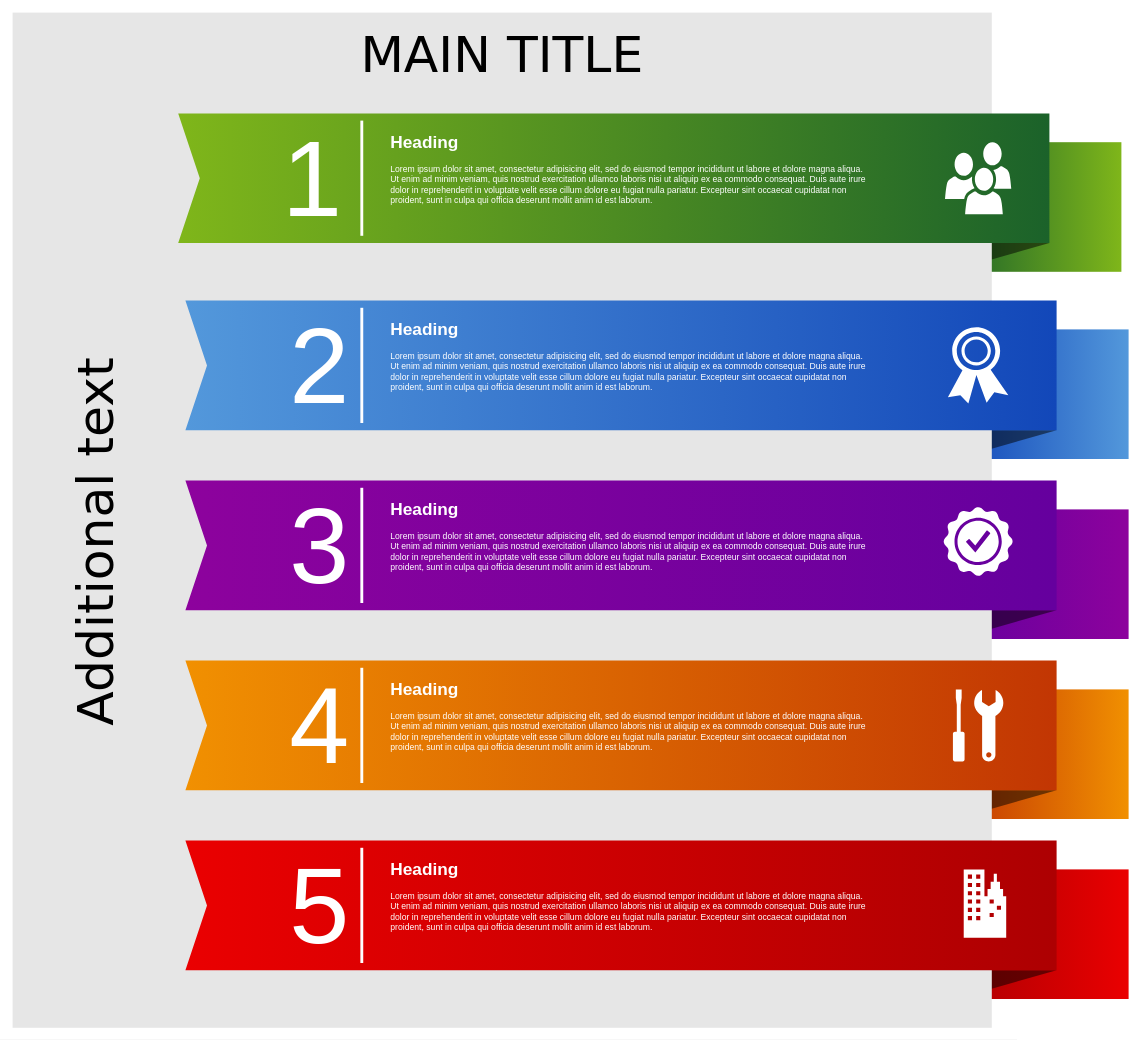
This is 数据应用层级划分.drawio from hesiwei/diagrams, a draw.io file, before an edit. Source tidied: cells renumbered, new cells numbered last; positions are measured from the earlier drawing's top-left corner, leaving out a move shared by most shapes. Both pictures are drawn from the tidied source at 72%, with x=0, y=0 at pixel (12, 12).
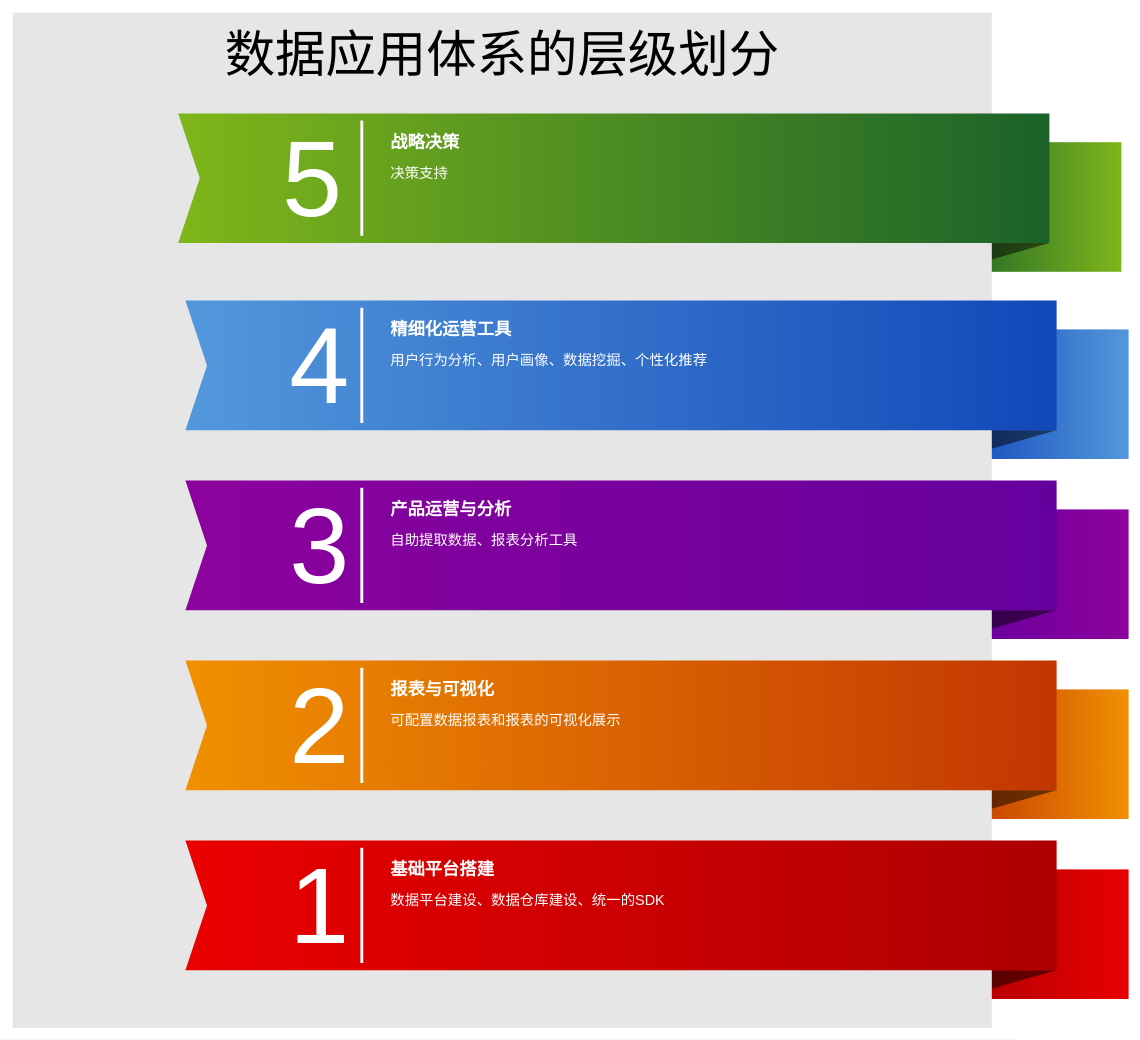
Above is the later version.

Commit message:
数据应用层级划分.drawio

Diff of the diagram source:
```diff
@@
-    <mxCell id="12" value="MAIN TITLE" style="whiteSpace=wrap;html=1;rounded=0;shadow=0;dashed=0;strokeWidth=1;fillColor=#E6E6E6;fontFamily=Verdana;fontSize=70;strokeColor=none;verticalAlign=top;spacingTop=10;" parent="1" vertex="1">
+    <mxCell id="12" value="数据应用体系的层级划分" style="whiteSpace=wrap;html=1;rounded=0;shadow=0;dashed=0;strokeWidth=1;fillColor=#E6E6E6;fontFamily=Verdana;fontSize=70;strokeColor=none;verticalAlign=top;spacingTop=10;" parent="1" vertex="1">
       <mxGeometry width="1360" height="1410" as="geometry" />
     </mxCell>
@@
-    <mxCell id="18" value="Additional text" style="text;html=1;strokeColor=none;fillColor=none;align=center;verticalAlign=middle;whiteSpace=wrap;rounded=0;shadow=0;dashed=0;fontFamily=Verdana;fontSize=70;horizontal=0;" parent="1" vertex="1">
-      <mxGeometry x="50" y="140" width="130" height="1190" as="geometry" />
-    </mxCell>
-    <mxCell id="19" value="1" style="text;html=1;strokeColor=none;fillColor=none;align=right;verticalAlign=middle;whiteSpace=wrap;rounded=0;shadow=0;dashed=0;fontFamily=Helvetica;fontSize=150;fontColor=#FFFFFF;" parent="1" vertex="1">
+    <mxCell id="19" value="5" style="text;html=1;strokeColor=none;fillColor=none;align=right;verticalAlign=middle;whiteSpace=wrap;rounded=0;shadow=0;dashed=0;fontFamily=Helvetica;fontSize=150;fontColor=#FFFFFF;" parent="1" vertex="1">
       <mxGeometry x="260" y="140" width="200" height="180" as="geometry" />
     </mxCell>
-    <mxCell id="20" value="2" style="text;html=1;strokeColor=none;fillColor=none;align=right;verticalAlign=middle;whiteSpace=wrap;rounded=0;shadow=0;dashed=0;fontFamily=Helvetica;fontSize=150;fontColor=#FFFFFF;" parent="1" vertex="1">
+    <mxCell id="20" value="4" style="text;html=1;strokeColor=none;fillColor=none;align=right;verticalAlign=middle;whiteSpace=wrap;rounded=0;shadow=0;dashed=0;fontFamily=Helvetica;fontSize=150;fontColor=#FFFFFF;" parent="1" vertex="1">
       <mxGeometry x="270" y="400" width="200" height="180" as="geometry" />
     </mxCell>
@@
-    <mxCell id="22" value="4" style="text;html=1;strokeColor=none;fillColor=none;align=right;verticalAlign=middle;whiteSpace=wrap;rounded=0;shadow=0;dashed=0;fontFamily=Helvetica;fontSize=150;fontColor=#FFFFFF;" parent="1" vertex="1">
+    <mxCell id="22" value="2" style="text;html=1;strokeColor=none;fillColor=none;align=right;verticalAlign=middle;whiteSpace=wrap;rounded=0;shadow=0;dashed=0;fontFamily=Helvetica;fontSize=150;fontColor=#FFFFFF;" parent="1" vertex="1">
       <mxGeometry x="270" y="900" width="200" height="180" as="geometry" />
     </mxCell>
-    <mxCell id="23" value="5" style="text;html=1;strokeColor=none;fillColor=none;align=right;verticalAlign=middle;whiteSpace=wrap;rounded=0;shadow=0;dashed=0;fontFamily=Helvetica;fontSize=150;fontColor=#FFFFFF;" parent="1" vertex="1">
+    <mxCell id="23" value="1" style="text;html=1;strokeColor=none;fillColor=none;align=right;verticalAlign=middle;whiteSpace=wrap;rounded=0;shadow=0;dashed=0;fontFamily=Helvetica;fontSize=150;fontColor=#FFFFFF;" parent="1" vertex="1">
       <mxGeometry x="270" y="1150" width="200" height="180" as="geometry" />
     </mxCell>
@@
-    <mxCell id="29" value="&lt;h1&gt;Heading&lt;/h1&gt;&lt;p&gt;L&lt;span&gt;orem ipsum dolor sit amet, consectetur adipisicing elit, sed do eiusmod tempor incididunt ut labore et dolore magna aliqua. Ut enim ad minim veniam, quis nostrud exercitation ullamco laboris nisi ut aliquip ex ea commodo consequat. Duis aute irure dolor in reprehenderit in voluptate velit esse cillum dolore eu fugiat nulla pariatur. Excepteur sint occaecat cupidatat non proident, sunt in culpa qui officia deserunt mollit anim id est laborum.&lt;/span&gt;&lt;/p&gt;" style="text;html=1;strokeColor=none;fillColor=none;spacing=5;spacingTop=-20;whiteSpace=wrap;overflow=hidden;rounded=0;shadow=0;dashed=0;fontFamily=Helvetica;fontSize=12;fontColor=#FFFFFF;align=left;" parent="1" vertex="1">
+    <mxCell id="29" value="&lt;h1&gt;战略决策&lt;/h1&gt;&lt;p&gt;&lt;font style=&quot;font-size: 20px&quot;&gt;决策支持&lt;/font&gt;&lt;/p&gt;" style="text;html=1;strokeColor=none;fillColor=none;spacing=5;spacingTop=-20;whiteSpace=wrap;overflow=hidden;rounded=0;shadow=0;dashed=0;fontFamily=Helvetica;fontSize=12;fontColor=#FFFFFF;align=left;" parent="1" vertex="1">
       <mxGeometry x="520" y="160" width="670" height="140" as="geometry" />
     </mxCell>
-    <mxCell id="30" value="&lt;h1&gt;Heading&lt;/h1&gt;&lt;p&gt;L&lt;span&gt;orem ipsum dolor sit amet, consectetur adipisicing elit, sed do eiusmod tempor incididunt ut labore et dolore magna aliqua. Ut enim ad minim veniam, quis nostrud exercitation ullamco laboris nisi ut aliquip ex ea commodo consequat. Duis aute irure dolor in reprehenderit in voluptate velit esse cillum dolore eu fugiat nulla pariatur. Excepteur sint occaecat cupidatat non proident, sunt in culpa qui officia deserunt mollit anim id est laborum.&lt;/span&gt;&lt;/p&gt;" style="text;html=1;strokeColor=none;fillColor=none;spacing=5;spacingTop=-20;whiteSpace=wrap;overflow=hidden;rounded=0;shadow=0;dashed=0;fontFamily=Helvetica;fontSize=12;fontColor=#FFFFFF;align=left;" parent="1" vertex="1">
+    <mxCell id="30" value="&lt;h1&gt;精细化运营工具&lt;/h1&gt;&lt;p&gt;&lt;font style=&quot;font-size: 20px&quot;&gt;用户行为分析、用户画像、数据挖掘、个性化推荐&lt;/font&gt;&lt;/p&gt;" style="text;html=1;strokeColor=none;fillColor=none;spacing=5;spacingTop=-20;whiteSpace=wrap;overflow=hidden;rounded=0;shadow=0;dashed=0;fontFamily=Helvetica;fontSize=12;fontColor=#FFFFFF;align=left;" parent="1" vertex="1">
       <mxGeometry x="520" y="420" width="670" height="140" as="geometry" />
     </mxCell>
-    <mxCell id="31" value="&lt;h1&gt;Heading&lt;/h1&gt;&lt;p&gt;L&lt;span&gt;orem ipsum dolor sit amet, consectetur adipisicing elit, sed do eiusmod tempor incididunt ut labore et dolore magna aliqua. Ut enim ad minim veniam, quis nostrud exercitation ullamco laboris nisi ut aliquip ex ea commodo consequat. Duis aute irure dolor in reprehenderit in voluptate velit esse cillum dolore eu fugiat nulla pariatur. Excepteur sint occaecat cupidatat non proident, sunt in culpa qui officia deserunt mollit anim id est laborum.&lt;/span&gt;&lt;/p&gt;" style="text;html=1;strokeColor=none;fillColor=none;spacing=5;spacingTop=-20;whiteSpace=wrap;overflow=hidden;rounded=0;shadow=0;dashed=0;fontFamily=Helvetica;fontSize=12;fontColor=#FFFFFF;align=left;" parent="1" vertex="1">
+    <mxCell id="31" value="&lt;h1&gt;产品运营与分析&lt;/h1&gt;&lt;p&gt;&lt;font style=&quot;font-size: 20px&quot;&gt;自助提取数据、报表分析工具&lt;/font&gt;&lt;/p&gt;" style="text;html=1;strokeColor=none;fillColor=none;spacing=5;spacingTop=-20;whiteSpace=wrap;overflow=hidden;rounded=0;shadow=0;dashed=0;fontFamily=Helvetica;fontSize=12;fontColor=#FFFFFF;align=left;" parent="1" vertex="1">
       <mxGeometry x="520" y="670" width="670" height="140" as="geometry" />
     </mxCell>
-    <mxCell id="32" value="&lt;h1&gt;Heading&lt;/h1&gt;&lt;p&gt;L&lt;span&gt;orem ipsum dolor sit amet, consectetur adipisicing elit, sed do eiusmod tempor incididunt ut labore et dolore magna aliqua. Ut enim ad minim veniam, quis nostrud exercitation ullamco laboris nisi ut aliquip ex ea commodo consequat. Duis aute irure dolor in reprehenderit in voluptate velit esse cillum dolore eu fugiat nulla pariatur. Excepteur sint occaecat cupidatat non proident, sunt in culpa qui officia deserunt mollit anim id est laborum.&lt;/span&gt;&lt;/p&gt;" style="text;html=1;strokeColor=none;fillColor=none;spacing=5;spacingTop=-20;whiteSpace=wrap;overflow=hidden;rounded=0;shadow=0;dashed=0;fontFamily=Helvetica;fontSize=12;fontColor=#FFFFFF;align=left;" parent="1" vertex="1">
+    <mxCell id="32" value="&lt;h1&gt;报表与可视化&lt;/h1&gt;&lt;p&gt;&lt;font style=&quot;font-size: 20px&quot;&gt;可配置数据报表和报表的可视化展示&lt;/font&gt;&lt;/p&gt;" style="text;html=1;strokeColor=none;fillColor=none;spacing=5;spacingTop=-20;whiteSpace=wrap;overflow=hidden;rounded=0;shadow=0;dashed=0;fontFamily=Helvetica;fontSize=12;fontColor=#FFFFFF;align=left;" parent="1" vertex="1">
       <mxGeometry x="520" y="920" width="670" height="140" as="geometry" />
     </mxCell>
-    <mxCell id="33" value="&lt;h1&gt;Heading&lt;/h1&gt;&lt;p&gt;L&lt;span&gt;orem ipsum dolor sit amet, consectetur adipisicing elit, sed do eiusmod tempor incididunt ut labore et dolore magna aliqua. Ut enim ad minim veniam, quis nostrud exercitation ullamco laboris nisi ut aliquip ex ea commodo consequat. Duis aute irure dolor in reprehenderit in voluptate velit esse cillum dolore eu fugiat nulla pariatur. Excepteur sint occaecat cupidatat non proident, sunt in culpa qui officia deserunt mollit anim id est laborum.&lt;/span&gt;&lt;/p&gt;" style="text;html=1;strokeColor=none;fillColor=none;spacing=5;spacingTop=-20;whiteSpace=wrap;overflow=hidden;rounded=0;shadow=0;dashed=0;fontFamily=Helvetica;fontSize=12;fontColor=#FFFFFF;align=left;" parent="1" vertex="1">
+    <mxCell id="33" value="&lt;h1&gt;基础平台搭建&lt;/h1&gt;&lt;p&gt;&lt;font style=&quot;font-size: 20px&quot;&gt;数据平台建设、数据仓库建设、统一的SDK&lt;/font&gt;&lt;/p&gt;" style="text;html=1;strokeColor=none;fillColor=none;spacing=5;spacingTop=-20;whiteSpace=wrap;overflow=hidden;rounded=0;shadow=0;dashed=0;fontFamily=Helvetica;fontSize=12;fontColor=#FFFFFF;align=left;" parent="1" vertex="1">
       <mxGeometry x="520" y="1170" width="670" height="140" as="geometry" />
     </mxCell>
-    <mxCell id="34" style="shadow=0;dashed=0;html=1;strokeColor=none;fillColor=#FFFFFF;labelPosition=center;verticalLabelPosition=bottom;verticalAlign=top;shape=mxgraph.office.users.users;rounded=0;fontFamily=Helvetica;fontSize=12;fontColor=#FFFFFF;align=left;" parent="1" vertex="1">
-      <mxGeometry x="1295" y="180" width="92" height="100" as="geometry" />
-    </mxCell>
-    <mxCell id="35" style="shadow=0;dashed=0;html=1;strokeColor=none;fillColor=#FFFFFF;labelPosition=center;verticalLabelPosition=bottom;verticalAlign=top;shape=mxgraph.office.security.token;rounded=0;fontFamily=Helvetica;fontSize=12;fontColor=#FFFFFF;align=left;" parent="1" vertex="1">
-      <mxGeometry x="1299" y="437" width="84" height="106" as="geometry" />
-    </mxCell>
-    <mxCell id="36" style="shadow=0;dashed=0;html=1;strokeColor=none;fillColor=#FFFFFF;labelPosition=center;verticalLabelPosition=bottom;verticalAlign=top;shape=mxgraph.office.concepts.best_practices;rounded=0;fontFamily=Helvetica;fontSize=12;fontColor=#FFFFFF;align=left;" parent="1" vertex="1">
-      <mxGeometry x="1292.5" y="686" width="97" height="97" as="geometry" />
-    </mxCell>
-    <mxCell id="37" style="shadow=0;dashed=0;html=1;strokeColor=none;fillColor=#FFFFFF;labelPosition=center;verticalLabelPosition=bottom;verticalAlign=top;shape=mxgraph.office.concepts.maintenance;rounded=0;fontFamily=Helvetica;fontSize=12;fontColor=#FFFFFF;align=left;" parent="1" vertex="1">
-      <mxGeometry x="1306" y="940" width="70" height="100" as="geometry" />
-    </mxCell>
-    <mxCell id="38" style="shadow=0;dashed=0;html=1;strokeColor=none;fillColor=#FFFFFF;labelPosition=center;verticalLabelPosition=bottom;verticalAlign=top;shape=mxgraph.office.concepts.on_premises;rounded=0;fontFamily=Helvetica;fontSize=12;fontColor=#FFFFFF;align=left;" parent="1" vertex="1">
-      <mxGeometry x="1321" y="1190" width="59" height="95" as="geometry" />
-    </mxCell>
```
